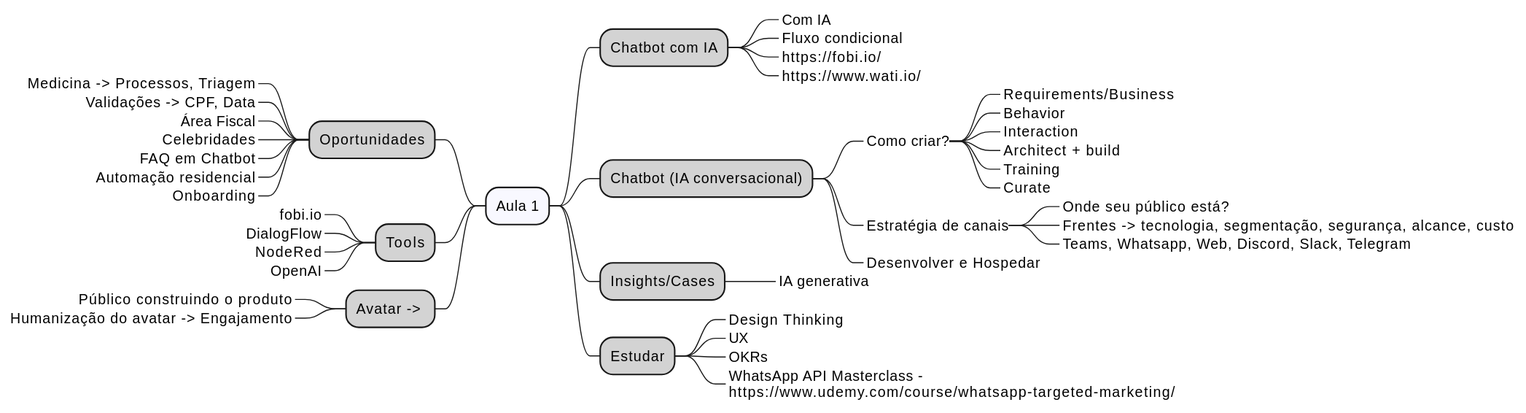
Earlier version of the PlantUML export assets/docs/src/aula1/aula1.svg (acnaweb/chatbot).
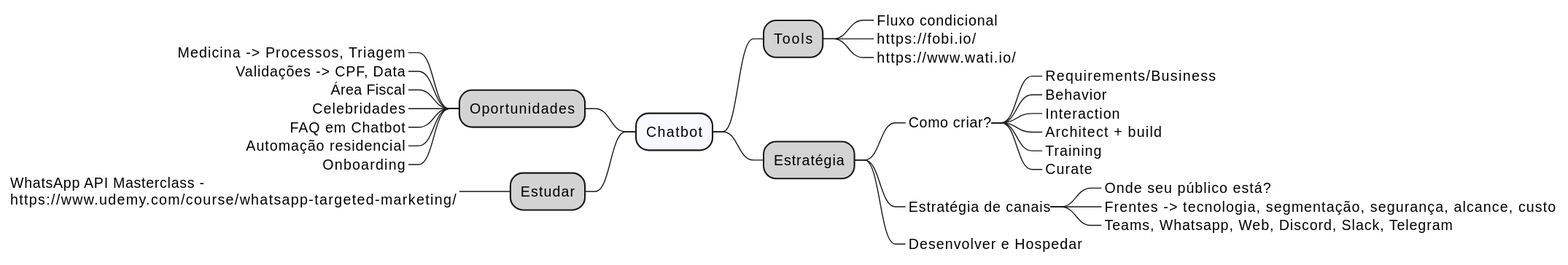
Above is the later version.

Diff of the diagram source:
```diff
@@ -1,15 +1,14 @@
 @startmindmap
 
-*[#F8F8FF] Aula 1
+*[#F8F8FF] Chatbot
 
-**[#LightGray] Chatbot com IA
+**[#LightGray] Tools
 
-***_ Com IA
 ***_ Fluxo condicional
 ***_ https://fobi.io/
 ***_ https://www.wati.io/
 
-**[#LightGray] Chatbot (IA conversacional)
+**[#LightGray] Estratégia
 
 ***_ Como criar?
 
@@ -28,18 +27,6 @@
 
 ***_ Desenvolver e Hospedar
 
-**[#LightGray] Insights/Cases
-
-***_ IA generativa
-
-**[#LightGray] Estudar
-
-***_ Design Thinking
-***_ UX
-***_ OKRs
-***_ WhatsApp API Masterclass -\nhttps://www.udemy.com/course/whatsapp-targeted-marketing/
-
-
 left side
 
 **[#LightGray] Oportunidades
@@ -52,16 +39,8 @@
 ***_ Automação residencial
 ***_ Onboarding
 
-**[#LightGray] Tools
+**[#LightGray] Estudar
 
-***_ fobi.io
-***_ DialogFlow
-***_ NodeRed
-***_ OpenAI
-
-**[#LightGray] Avatar ->
-
-***_ Público construindo o produto
-***_ Humanização do avatar -> Engajamento
+***_ WhatsApp API Masterclass -\nhttps://www.udemy.com/course/whatsapp-targeted-marketing/
 
 @endmindmap
```
